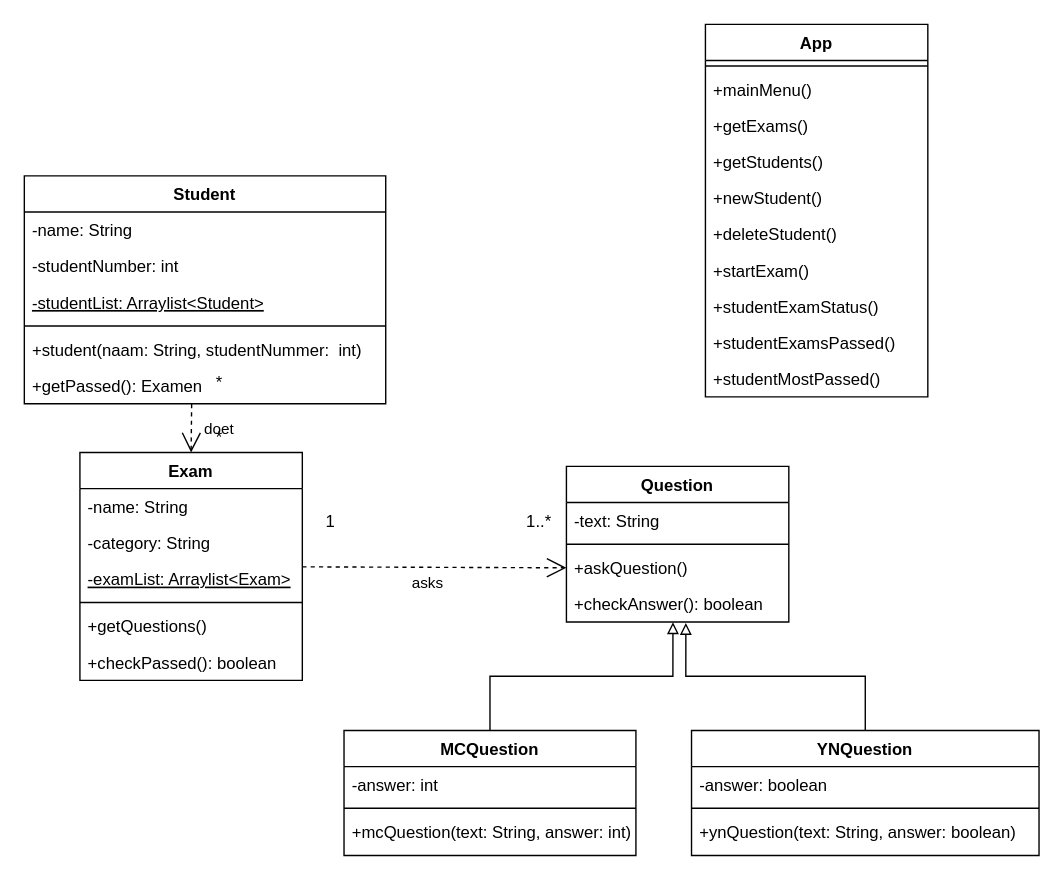
Above: UML.drawio in Studeeric/proj1 (draw.io), before the change. Source tidied: cells renumbered, new cells numbered last; positions are measured from the earlier drawing's top-left corner, leaving out a move shared by most shapes. Both pictures are drawn from the tidied source at 139%, with x=0, y=0 at pixel (24, 24).
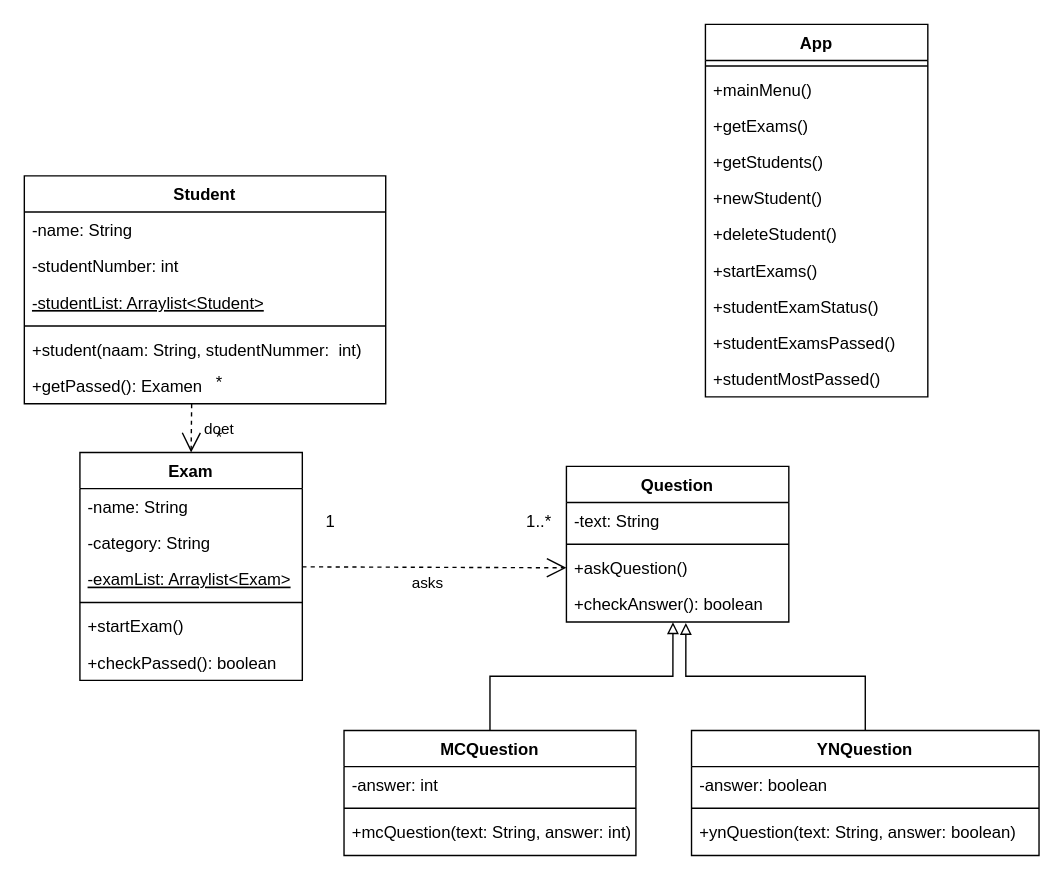
Above is the later version.

The change refers to these unchanged cells:
```xml
<mxCell id="9" value="Exam" style="swimlane;fontStyle=1;align=center;verticalAlign=top;horizontal=1;startSize=26;" parent="1" vertex="1">
  <mxGeometry x="40" y="308" width="160" height="164" as="geometry" />
</mxCell>
<mxCell id="16" value="App" style="swimlane;fontStyle=1;align=center;verticalAlign=top;horizontal=1;startSize=26;" parent="1" vertex="1">
  <mxGeometry x="490" width="160" height="268" as="geometry" />
</mxCell>
```

Diff of the diagram source:
```diff
@@
-    <mxCell id="14" value="+getQuestions()" style="text;strokeColor=none;fillColor=none;align=left;verticalAlign=top;spacingLeft=4;spacingRight=4;overflow=hidden;" parent="9" vertex="1">
+    <mxCell id="14" value="+startExam()" style="text;strokeColor=none;fillColor=none;align=left;verticalAlign=top;spacingLeft=4;spacingRight=4;overflow=hidden;" parent="9" vertex="1">
       <mxGeometry y="112" width="160" height="26" as="geometry" />
     </mxCell>
@@
-    <mxCell id="23" value="+startExam()" style="text;strokeColor=none;fillColor=none;align=left;verticalAlign=top;spacingLeft=4;spacingRight=4;overflow=hidden;" parent="16" vertex="1">
+    <mxCell id="23" value="+startExams()" style="text;strokeColor=none;fillColor=none;align=left;verticalAlign=top;spacingLeft=4;spacingRight=4;overflow=hidden;" parent="16" vertex="1">
       <mxGeometry y="164" width="160" height="26" as="geometry" />
     </mxCell>
```
